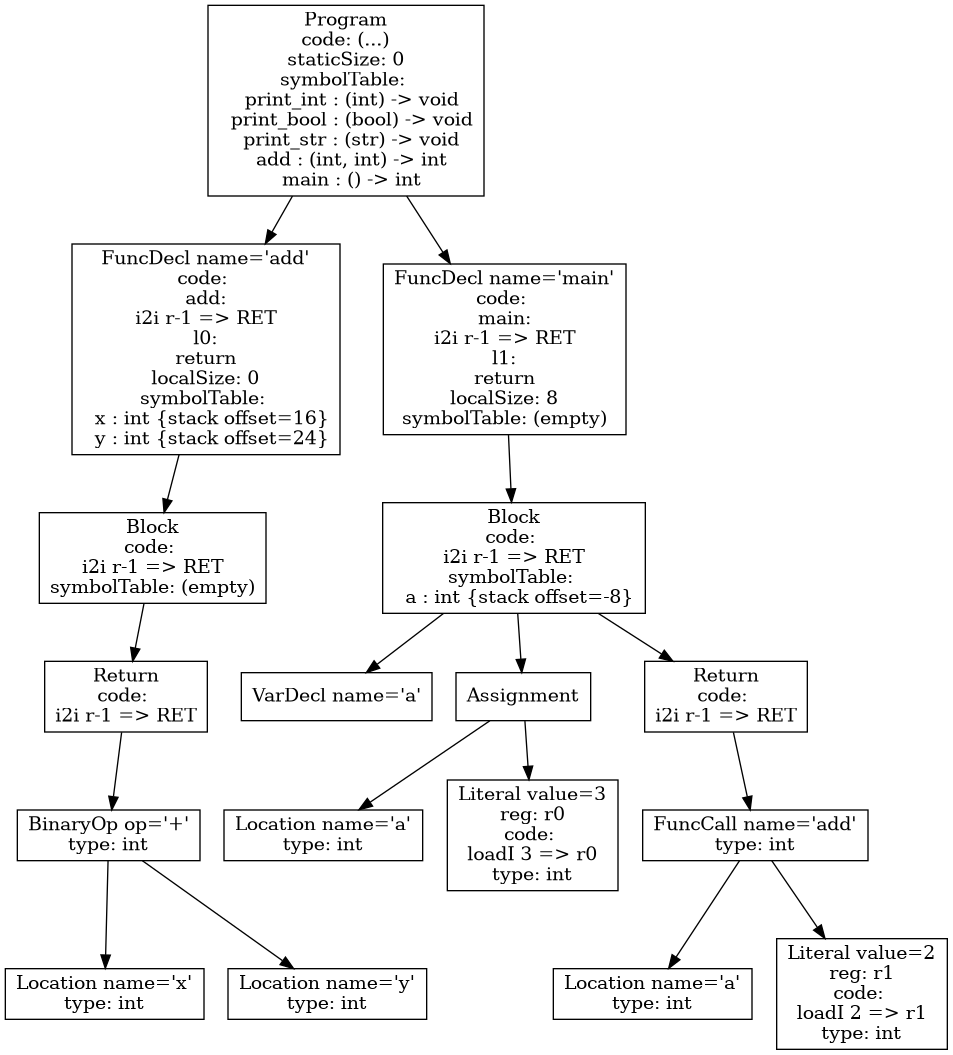
atrim11/CS432 keeps this Graphviz diagram as p4-codegen/tests/iloc-tree.png. Above is the earlier version. Its source is kept beside it as p4-codegen/iloc-tree.dot. Source of this version:
```dot
digraph AST {
4 [shape=box, label="Literal value=5\ncode: \ntype: int"];
3 [shape=box, label="Return\ncode: "];
3 -> 4;
2 [shape=box, label="Block\ncode: \nsymbolTable: (empty)"];
2 -> 3;
1 [shape=box, label="FuncDecl name='main'\ncode: \nmain:\nl0:\nreturn\nlocalSize: 0\nsymbolTable: (empty)"];
1 -> 2;
0 [shape=box, label="Program\ncode: (...)\nstaticSize: 0\nsymbolTable: \n  print_int : (int) -> void\n  print_bool : (bool) -> void\n  print_str : (str) -> void\n  main : () -> int"];
0 -> 1;
}
```
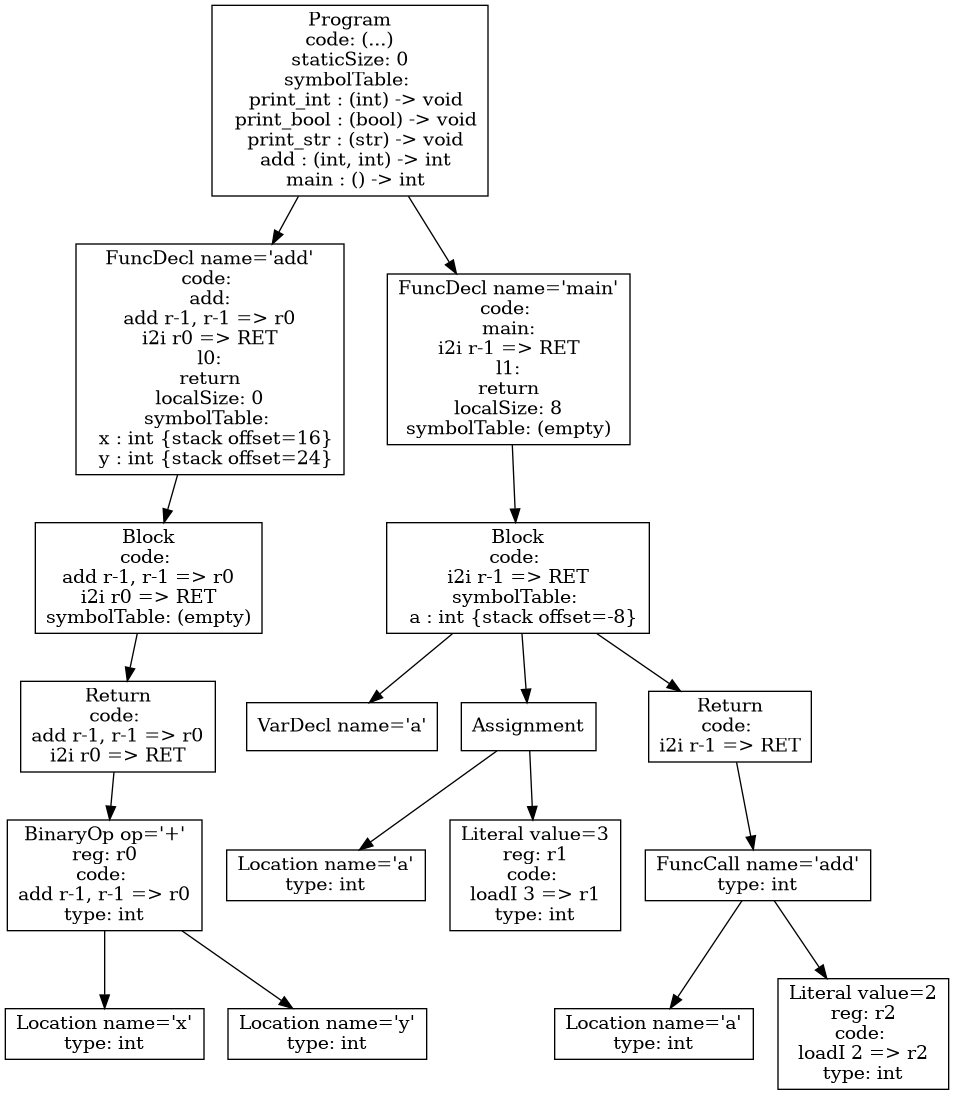
The same file after the commit.

Change to the diagram source:
```diff
@@ -1,10 +1,14 @@
 digraph AST {
-4 [shape=box, label="Literal value=5\ncode: \ntype: int"];
-3 [shape=box, label="Return\ncode: "];
+5 [shape=box, label="Literal value=2\nreg: r0\ncode: \nloadI 2 => r0\ntype: int"];
+6 [shape=box, label="Literal value=3\nreg: r1\ncode: \nloadI 3 => r1\ntype: int"];
+4 [shape=box, label="BinaryOp op='+'\nreg: r2\ncode: \nloadI 2 => r0\nloadI 3 => r1\nadd r0, r1 => r2\ntype: int"];
+4 -> 5;
+4 -> 6;
+3 [shape=box, label="Return\ncode: \nloadI 2 => r0\nloadI 3 => r1\nadd r0, r1 => r2\ni2i r2 => RET"];
 3 -> 4;
-2 [shape=box, label="Block\ncode: \nsymbolTable: (empty)"];
+2 [shape=box, label="Block\ncode: \nloadI 2 => r0\nloadI 3 => r1\nadd r0, r1 => r2\ni2i r2 => RET\nsymbolTable: (empty)"];
 2 -> 3;
-1 [shape=box, label="FuncDecl name='main'\ncode: \nmain:\nl0:\nreturn\nlocalSize: 0\nsymbolTable: (empty)"];
+1 [shape=box, label="FuncDecl name='main'\ncode: \nmain:\nloadI 2 => r0\nloadI 3 => r1\nadd r0, r1 => r2\ni2i r2 => RET\nl0:\nreturn\nlocalSize: 0\nsymbolTable: (empty)"];
 1 -> 2;
 0 [shape=box, label="Program\ncode: (...)\nstaticSize: 0\nsymbolTable: \n  print_int : (int) -> void\n  print_bool : (bool) -> void\n  print_str : (str) -> void\n  main : () -> int"];
 0 -> 1;
```
